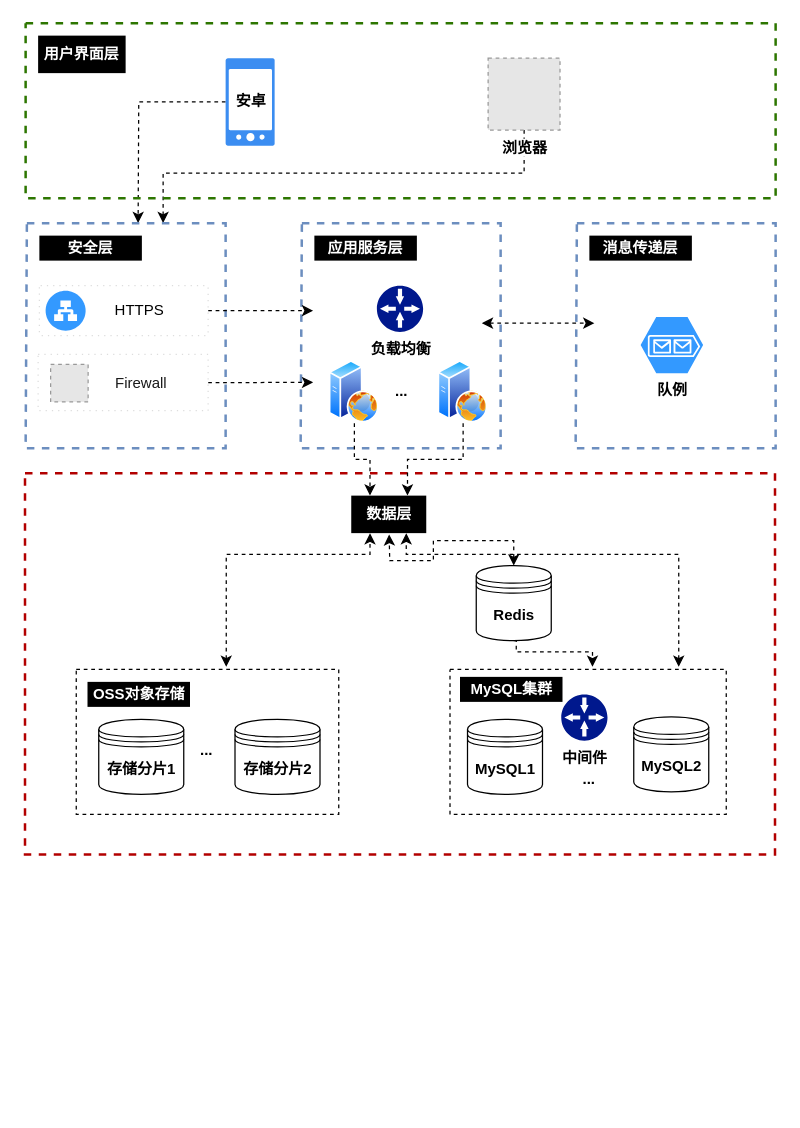
Earlier version of the draw.io diagram 通用分布式架构图.drawio (yiuked/diagram). Source tidied: cells renumbered, new cells numbered last; positions are measured from the earlier drawing's top-left corner, leaving out a move shared by most shapes. Both pictures are drawn from the tidied source at 125%, with x=0, y=0 at pixel (25, 22). Pictures stored in the file or linked from it are replaced by grey dashed boxes.
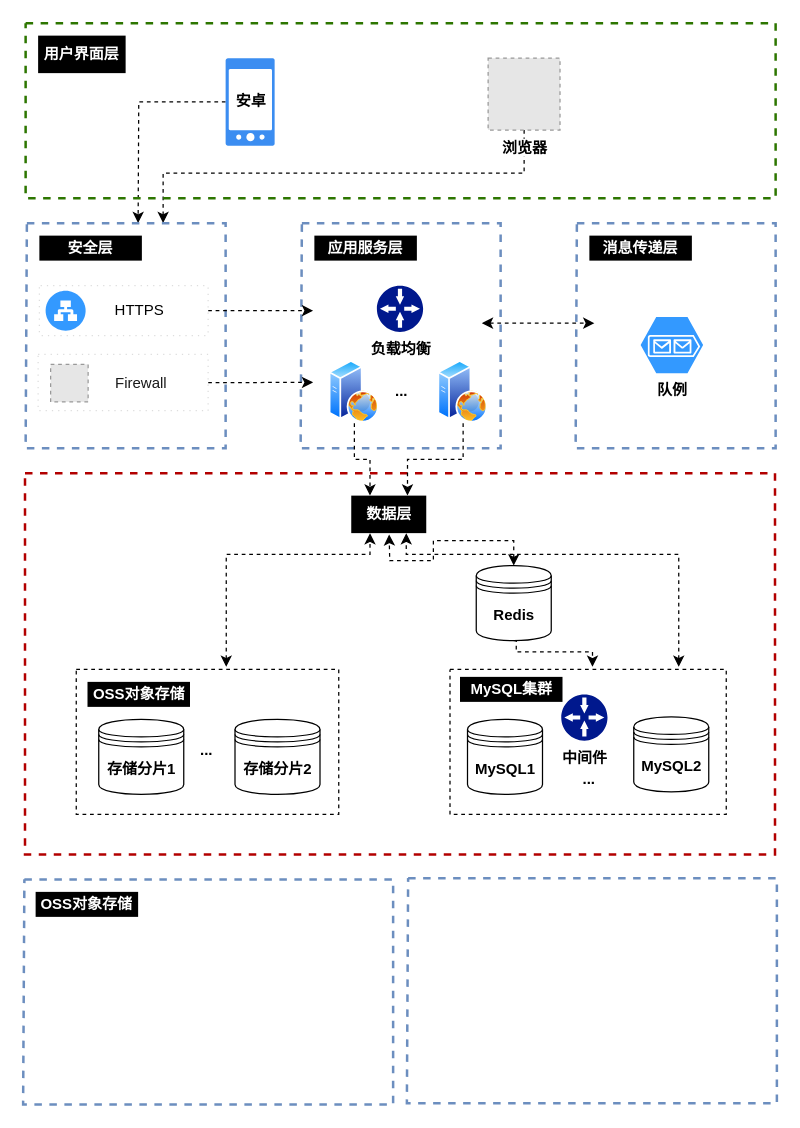
After the change.

Commit message (it also covers changes not shown here):
Update 通用分布式架构图.drawio

Diff of the diagram source:
```diff
@@
+    <mxCell id="48" style="endArrow=none;dashed=1;html=1;rounded=0;fillColor=#dae8fc;strokeColor=#6c8ebf;strokeWidth=2;" parent="1" edge="1">
+      <mxGeometry relative="1" as="geometry">
+        <mxPoint x="-1" y="685" as="sourcePoint" />
+        <mxPoint x="-1" y="685" as="targetPoint" />
+        <Array as="points">
+          <mxPoint x="294" y="685" />
+          <mxPoint x="294" y="865" />
+          <mxPoint x="-2" y="865" />
+        </Array>
+      </mxGeometry>
+    </mxCell>
+    <mxCell id="49" style="endArrow=none;dashed=1;html=1;rounded=0;fillColor=#dae8fc;strokeColor=#6c8ebf;strokeWidth=2;" parent="1" edge="1">
+      <mxGeometry relative="1" as="geometry">
+        <mxPoint x="306" y="684" as="sourcePoint" />
+        <mxPoint x="306" y="684" as="targetPoint" />
+        <Array as="points">
+          <mxPoint x="601" y="684" />
+          <mxPoint x="601" y="864" />
+          <mxPoint x="305" y="864" />
+        </Array>
+      </mxGeometry>
+    </mxCell>
+    <mxCell id="50" value="OSS对象存储" style="text;html=1;strokeColor=none;fillColor=#000000;align=center;verticalAlign=middle;whiteSpace=wrap;rounded=0;fontStyle=1;labelBackgroundColor=none;fontColor=#FFFFFF;" parent="1" vertex="1">
+      <mxGeometry x="8" y="695" width="82" height="20" as="geometry" />
+    </mxCell>
```
